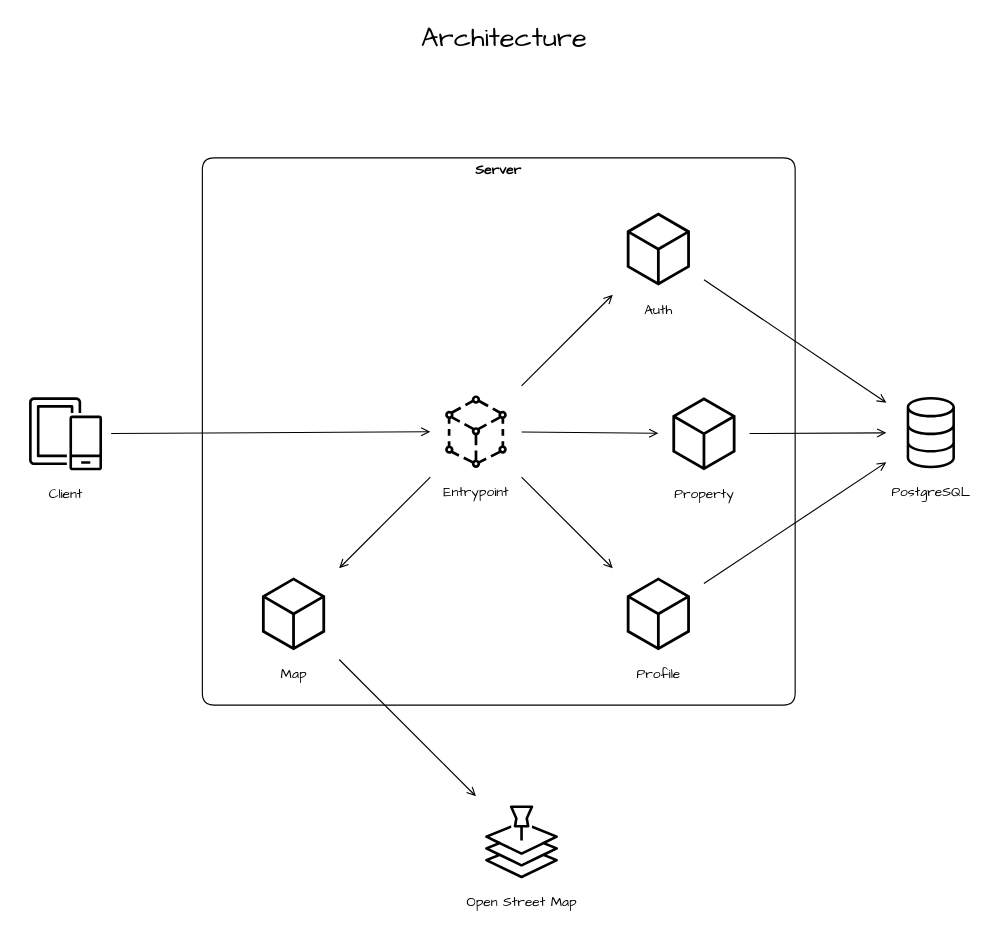
The draw.io diagram page "SAD" (3 of 4) of docs/architecture/lokatik.drawio in agile-factory/kernel, before the edit. Source tidied: cells renumbered, new cells numbered last; positions are measured from the earlier drawing's top-left corner, leaving out a move shared by most shapes. Both pictures are drawn from the tidied source at 114%, with x=0, y=0 at pixel (19, 21).
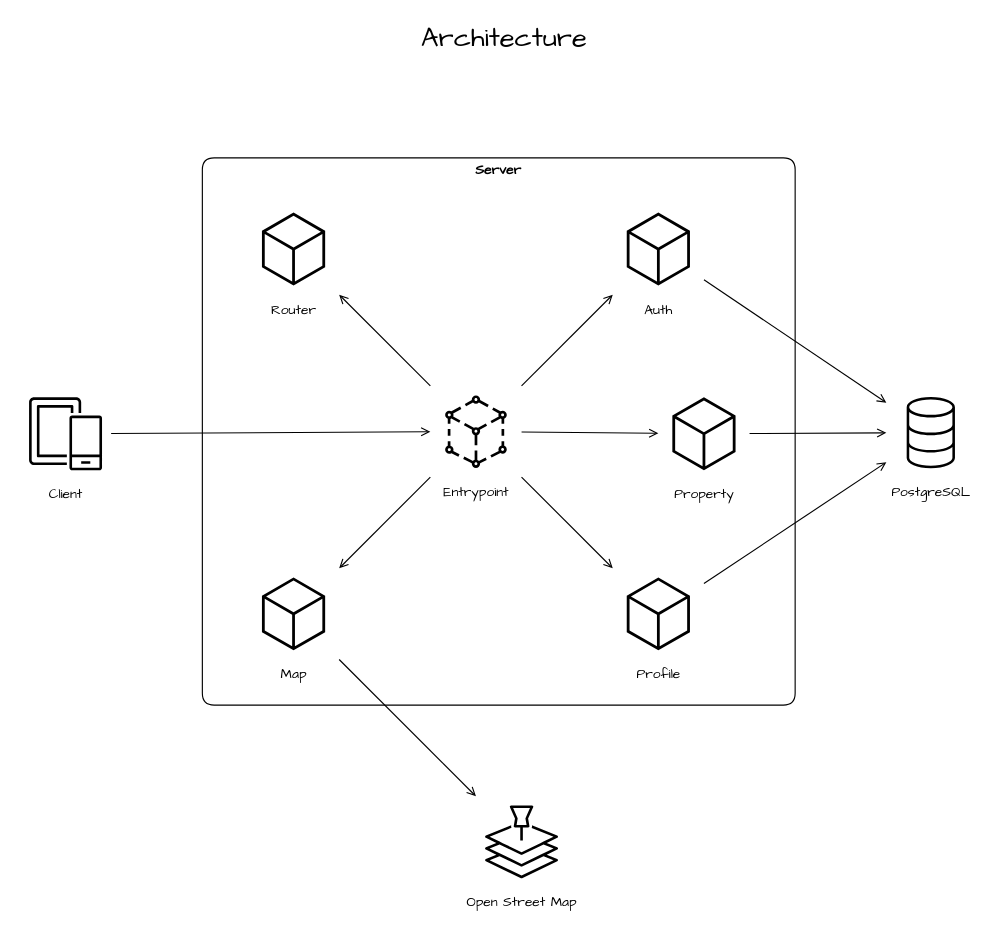
Above is the later version.

The change refers to these unchanged cells:
```xml
<mxCell id="4" value="Server" style="swimlane;whiteSpace=wrap;html=1;fillColor=none;swimlaneLine=0;rounded=1;glass=0;fontFamily=Architects Daughter;fontColor=default;strokeColor=default;" parent="1" vertex="1">
  <mxGeometry x="160" y="120" width="520" height="480" as="geometry" />
</mxCell>
<mxCell id="5" value="Entrypoint" style="sketch=0;outlineConnect=0;fontColor=default;gradientColor=none;strokeColor=default;fillColor=none;dashed=0;verticalLabelPosition=bottom;verticalAlign=top;align=center;fontSize=12;fontStyle=0;shape=mxgraph.aws4.resourceIcon;resIcon=mxgraph.aws4.app_mesh;fontFamily=Architects Daughter;gradientDirection=north;html=1;shadow=0;labelPosition=center;points=[[0,0,0],[0.25,0,0],[0.5,0,0],[0.75,0,0],[1,0,0],[0,1,0],[0.25,1,0],[0.5,1,0],[0.75,1,0],[1,1,0],[0,0.25,0],[0,0.5,0],[0,0.75,0],[1,0.25,0],[1,0.5,0],[1,0.75,0]];" parent="4" vertex="1">
  <mxGeometry x="200" y="200" width="80" height="80" as="geometry" />
</mxCell>
```

Change to the diagram source:
```diff
@@
+    <mxCell id="22" value="Router" style="sketch=0;points=[[0,0,0],[0.25,0,0],[0.5,0,0],[0.75,0,0],[1,0,0],[0,1,0],[0.25,1,0],[0.5,1,0],[0.75,1,0],[1,1,0],[0,0.25,0],[0,0.5,0],[0,0.75,0],[1,0.25,0],[1,0.5,0],[1,0.75,0]];gradientDirection=north;outlineConnect=0;fontColor=default;gradientColor=none;fillColor=none;strokeColor=default;dashed=0;verticalLabelPosition=bottom;verticalAlign=top;align=center;html=1;fontSize=12;fontStyle=0;shape=mxgraph.aws4.resourceIcon;resIcon=mxgraph.aws4.general;fontFamily=Architects Daughter;" parent="4" vertex="1">
+      <mxGeometry x="40" y="40" width="80" height="80" as="geometry" />
+    </mxCell>
+    <mxCell id="23" style="rounded=1;jettySize=auto;html=1;curved=0;endArrow=open;endFill=0;flowAnimation=1;" parent="4" edge="1" source="5" target="22">
+      <mxGeometry relative="1" as="geometry" />
+    </mxCell>
```
